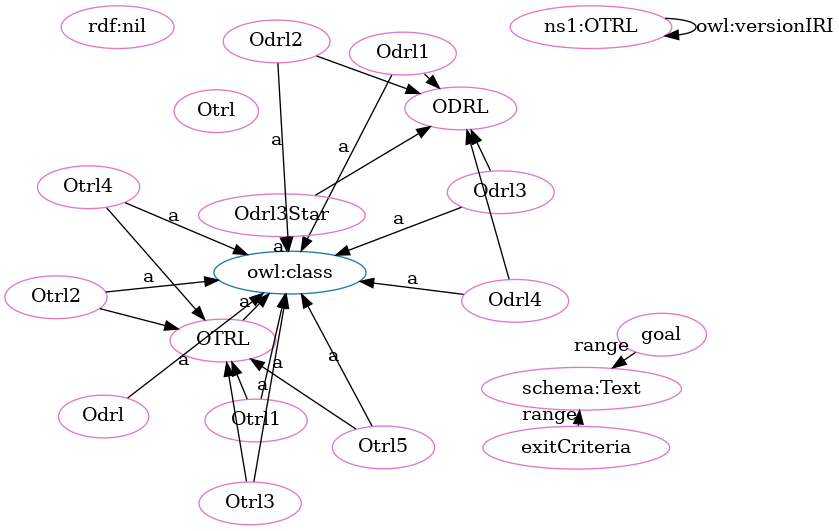
OPEN-NEXT/OKH-LOSH keeps this Graphviz diagram as OTRL-clean.png. Above is the earlier version. Its source is kept beside it as OTRL-clean.dot.
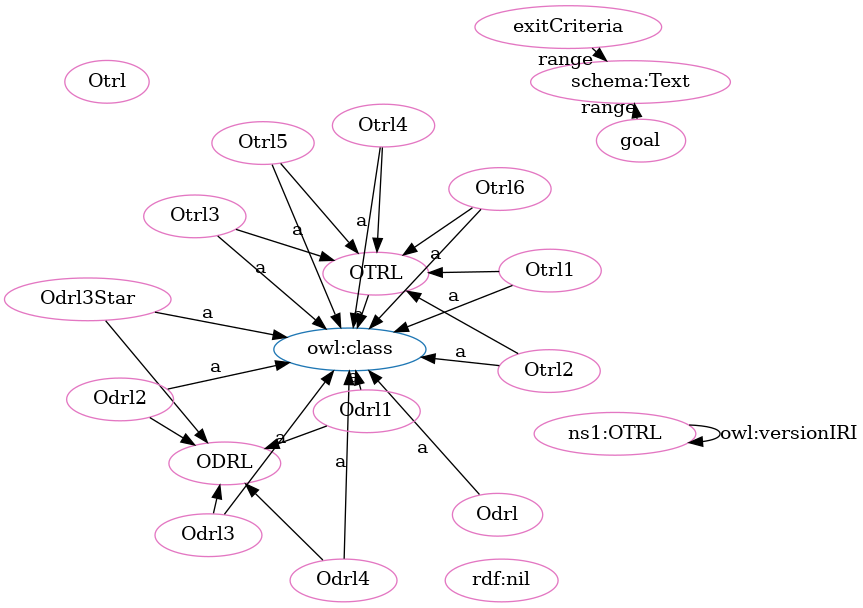
The same file after the commit.

The edit, as a diff of the source:
```diff
@@ -1,51 +1,54 @@
 digraph G {
   rankdir=BT
   node[height=.3]
+"http://purl.org/oseg/ontologies/OTRL#ODRL" [fillcolor="#1f77b4" color="#1f77b4" label="ODRL"]
 "http://purl.org/oseg/ontologies/OTRL#OTRL" [fillcolor="#1f77b4" color="#1f77b4" label="OTRL"]
-"http://purl.org/oseg/ontologies/OTRL#ODRL" [fillcolor="#1f77b4" color="#1f77b4" label="ODRL"]
 "http://www.w3.org/2002/07/owl#class" [fillcolor="#1f77b4" color="#1f77b4" label="owl:class"]
+"http://purl.org/oseg/ontologies/OTRL#Otrl4" [fillcolor="#e377c2" color="#e377c2" label="Otrl4"]
+"http://purl.org/oseg/ontologies/OTRL#Odrl" [fillcolor="#e377c2" color="#e377c2" label="Odrl"]
 "http://purl.org/oseg/ontologies/OTRL#ODRL" [fillcolor="#e377c2" color="#e377c2" label="ODRL"]
+"http://purl.org/oseg/ontologies/OTRL#Odrl3Star" [fillcolor="#e377c2" color="#e377c2" label="Odrl3Star"]
+"http://purl.org/oseg/ontologies/OTRL#exitCriteria" [fillcolor="#e377c2" color="#e377c2" label="exitCriteria"]
+"http://purl.org/oseg/ontologies/OTRL#Odrl2" [fillcolor="#e377c2" color="#e377c2" label="Odrl2"]
+"http://www.w3.org/1999/02/22-rdf-syntax-ns#nil" [fillcolor="#e377c2" color="#e377c2" label="rdf:nil"]
+"http://purl.org/oseg/ontologies/OTRL" [fillcolor="#e377c2" color="#e377c2" label="ns1:OTRL"]
+"http://purl.org/oseg/ontologies/OTRL#Odrl4" [fillcolor="#e377c2" color="#e377c2" label="Odrl4"]
+"http://purl.org/oseg/ontologies/OTRL#Otrl5" [fillcolor="#e377c2" color="#e377c2" label="Otrl5"]
 "http://purl.org/oseg/ontologies/OTRL#OTRL" [fillcolor="#e377c2" color="#e377c2" label="OTRL"]
-"http://purl.org/oseg/ontologies/OTRL#Odrl1" [fillcolor="#e377c2" color="#e377c2" label="Odrl1"]
-"http://purl.org/oseg/ontologies/OTRL#Odrl3Star" [fillcolor="#e377c2" color="#e377c2" label="Odrl3Star"]
-"http://www.w3.org/1999/02/22-rdf-syntax-ns#nil" [fillcolor="#e377c2" color="#e377c2" label="rdf:nil"]
-"http://schema.org/Text" [fillcolor="#e377c2" color="#e377c2" label="schema:Text"]
-"http://purl.org/oseg/ontologies/OTRL#Otrl4" [fillcolor="#e377c2" color="#e377c2" label="Otrl4"]
-"http://purl.org/oseg/ontologies/OTRL" [fillcolor="#e377c2" color="#e377c2" label="ns1:OTRL"]
-"http://purl.org/oseg/ontologies/OTRL#Otrl2" [fillcolor="#e377c2" color="#e377c2" label="Otrl2"]
 "http://purl.org/oseg/ontologies/OTRL#Otrl" [fillcolor="#e377c2" color="#e377c2" label="Otrl"]
 "http://purl.org/oseg/ontologies/OTRL#Odrl3" [fillcolor="#e377c2" color="#e377c2" label="Odrl3"]
-"http://purl.org/oseg/ontologies/OTRL#Odrl4" [fillcolor="#e377c2" color="#e377c2" label="Odrl4"]
+"http://schema.org/Text" [fillcolor="#e377c2" color="#e377c2" label="schema:Text"]
+"http://purl.org/oseg/ontologies/OTRL#Otrl2" [fillcolor="#e377c2" color="#e377c2" label="Otrl2"]
+"http://purl.org/oseg/ontologies/OTRL#Otrl3" [fillcolor="#e377c2" color="#e377c2" label="Otrl3"]
 "http://purl.org/oseg/ontologies/OTRL#goal" [fillcolor="#e377c2" color="#e377c2" label="goal"]
-"http://purl.org/oseg/ontologies/OTRL#Odrl" [fillcolor="#e377c2" color="#e377c2" label="Odrl"]
+"http://purl.org/oseg/ontologies/OTRL#Odrl1" [fillcolor="#e377c2" color="#e377c2" label="Odrl1"]
 "http://purl.org/oseg/ontologies/OTRL#Otrl1" [fillcolor="#e377c2" color="#e377c2" label="Otrl1"]
-"http://purl.org/oseg/ontologies/OTRL#Odrl2" [fillcolor="#e377c2" color="#e377c2" label="Odrl2"]
-"http://purl.org/oseg/ontologies/OTRL#Otrl3" [fillcolor="#e377c2" color="#e377c2" label="Otrl3"]
-"http://purl.org/oseg/ontologies/OTRL#exitCriteria" [fillcolor="#e377c2" color="#e377c2" label="exitCriteria"]
-"http://purl.org/oseg/ontologies/OTRL#Otrl5" [fillcolor="#e377c2" color="#e377c2" label="Otrl5"]
+"http://purl.org/oseg/ontologies/OTRL#Otrl6" [fillcolor="#e377c2" color="#e377c2" label="Otrl6"]
+  "http://purl.org/oseg/ontologies/OTRL#Otrl4" -> "http://www.w3.org/2002/07/owl#class" [label="a"]
+  "http://purl.org/oseg/ontologies/OTRL#Odrl4" -> "http://purl.org/oseg/ontologies/OTRL#ODRL" [label=""]
+  "http://purl.org/oseg/ontologies/OTRL#Odrl2" -> "http://www.w3.org/2002/07/owl#class" [label="a"]
+  "http://purl.org/oseg/ontologies/OTRL#Odrl4" -> "http://www.w3.org/2002/07/owl#class" [label="a"]
+  "http://purl.org/oseg/ontologies/OTRL#Otrl5" -> "http://purl.org/oseg/ontologies/OTRL#OTRL" [label=""]
+  "http://purl.org/oseg/ontologies/OTRL#Otrl6" -> "http://purl.org/oseg/ontologies/OTRL#OTRL" [label=""]
+  "http://purl.org/oseg/ontologies/OTRL#Otrl1" -> "http://purl.org/oseg/ontologies/OTRL#OTRL" [label=""]
+  "http://purl.org/oseg/ontologies/OTRL#Odrl3" -> "http://www.w3.org/2002/07/owl#class" [label="a"]
+  "http://purl.org/oseg/ontologies/OTRL#Otrl2" -> "http://www.w3.org/2002/07/owl#class" [label="a"]
+  "http://purl.org/oseg/ontologies/OTRL#Otrl4" -> "http://purl.org/oseg/ontologies/OTRL#OTRL" [label=""]
+  "http://purl.org/oseg/ontologies/OTRL#Otrl3" -> "http://purl.org/oseg/ontologies/OTRL#OTRL" [label=""]
+  "http://purl.org/oseg/ontologies/OTRL#Otrl2" -> "http://purl.org/oseg/ontologies/OTRL#OTRL" [label=""]
+  "http://purl.org/oseg/ontologies/OTRL" -> "http://purl.org/oseg/ontologies/OTRL" [label="owl:versionIRI"]
+  "http://purl.org/oseg/ontologies/OTRL#Odrl3Star" -> "http://purl.org/oseg/ontologies/OTRL#ODRL" [label=""]
+  "http://purl.org/oseg/ontologies/OTRL#Odrl" -> "http://www.w3.org/2002/07/owl#class" [label="a"]
+  "http://purl.org/oseg/ontologies/OTRL#Odrl3Star" -> "http://www.w3.org/2002/07/owl#class" [label="a"]
+  "http://purl.org/oseg/ontologies/OTRL#Otrl5" -> "http://www.w3.org/2002/07/owl#class" [label="a"]
+  "http://purl.org/oseg/ontologies/OTRL#OTRL" -> "http://www.w3.org/2002/07/owl#class" [label="a"]
+  "http://purl.org/oseg/ontologies/OTRL#Odrl1" -> "http://purl.org/oseg/ontologies/OTRL#ODRL" [label=""]
+  "http://purl.org/oseg/ontologies/OTRL#exitCriteria" -> "http://schema.org/Text" [label="range"]
+  "http://purl.org/oseg/ontologies/OTRL#Otrl3" -> "http://www.w3.org/2002/07/owl#class" [label="a"]
+  "http://purl.org/oseg/ontologies/OTRL#Odrl2" -> "http://purl.org/oseg/ontologies/OTRL#ODRL" [label=""]
+  "http://purl.org/oseg/ontologies/OTRL#Odrl3" -> "http://purl.org/oseg/ontologies/OTRL#ODRL" [label=""]
+  "http://purl.org/oseg/ontologies/OTRL#goal" -> "http://schema.org/Text" [label="range"]
   "http://purl.org/oseg/ontologies/OTRL#Odrl1" -> "http://www.w3.org/2002/07/owl#class" [label="a"]
-  "http://purl.org/oseg/ontologies/OTRL#Odrl3Star" -> "http://www.w3.org/2002/07/owl#class" [label="a"]
-  "http://purl.org/oseg/ontologies/OTRL#Otrl3" -> "http://purl.org/oseg/ontologies/OTRL#OTRL" [label=""]
-  "http://purl.org/oseg/ontologies/OTRL#exitCriteria" -> "http://schema.org/Text" [label="range"]
-  "http://purl.org/oseg/ontologies/OTRL#Otrl4" -> "http://www.w3.org/2002/07/owl#class" [label="a"]
-  "http://purl.org/oseg/ontologies/OTRL#Otrl5" -> "http://purl.org/oseg/ontologies/OTRL#OTRL" [label=""]
-  "http://purl.org/oseg/ontologies/OTRL#Otrl2" -> "http://www.w3.org/2002/07/owl#class" [label="a"]
-  "http://purl.org/oseg/ontologies/OTRL#OTRL" -> "http://www.w3.org/2002/07/owl#class" [label="a"]
-  "http://purl.org/oseg/ontologies/OTRL#Odrl3" -> "http://www.w3.org/2002/07/owl#class" [label="a"]
-  "http://purl.org/oseg/ontologies/OTRL#Odrl4" -> "http://www.w3.org/2002/07/owl#class" [label="a"]
   "http://purl.org/oseg/ontologies/OTRL#Otrl1" -> "http://www.w3.org/2002/07/owl#class" [label="a"]
-  "http://purl.org/oseg/ontologies/OTRL#goal" -> "http://schema.org/Text" [label="range"]
-  "http://purl.org/oseg/ontologies/OTRL#Odrl3Star" -> "http://purl.org/oseg/ontologies/OTRL#ODRL" [label=""]
-  "http://purl.org/oseg/ontologies/OTRL#Odrl2" -> "http://www.w3.org/2002/07/owl#class" [label="a"]
-  "http://purl.org/oseg/ontologies/OTRL#Odrl3" -> "http://purl.org/oseg/ontologies/OTRL#ODRL" [label=""]
-  "http://purl.org/oseg/ontologies/OTRL#Otrl4" -> "http://purl.org/oseg/ontologies/OTRL#OTRL" [label=""]
-  "http://purl.org/oseg/ontologies/OTRL#Odrl4" -> "http://purl.org/oseg/ontologies/OTRL#ODRL" [label=""]
-  "http://purl.org/oseg/ontologies/OTRL#Odrl2" -> "http://purl.org/oseg/ontologies/OTRL#ODRL" [label=""]
-  "http://purl.org/oseg/ontologies/OTRL#Odrl1" -> "http://purl.org/oseg/ontologies/OTRL#ODRL" [label=""]
-  "http://purl.org/oseg/ontologies/OTRL" -> "http://purl.org/oseg/ontologies/OTRL" [label="owl:versionIRI"]
-  "http://purl.org/oseg/ontologies/OTRL#Otrl2" -> "http://purl.org/oseg/ontologies/OTRL#OTRL" [label=""]
-  "http://purl.org/oseg/ontologies/OTRL#Odrl" -> "http://www.w3.org/2002/07/owl#class" [label="a"]
-  "http://purl.org/oseg/ontologies/OTRL#Otrl3" -> "http://www.w3.org/2002/07/owl#class" [label="a"]
-  "http://purl.org/oseg/ontologies/OTRL#Otrl5" -> "http://www.w3.org/2002/07/owl#class" [label="a"]
-  "http://purl.org/oseg/ontologies/OTRL#Otrl1" -> "http://purl.org/oseg/ontologies/OTRL#OTRL" [label=""]
+  "http://purl.org/oseg/ontologies/OTRL#Otrl6" -> "http://www.w3.org/2002/07/owl#class" [label="a"]
 }
```
